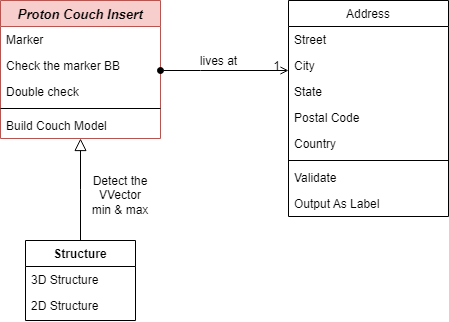
Before: process_CouchProton.drawio.png, a diagram exported from draw.io (eatingwu1009/CouchInsert). Source tidied: cells renumbered, new cells last; positions are measured from the earlier drawing's top-left corner, leaving out a move shared by most shapes.
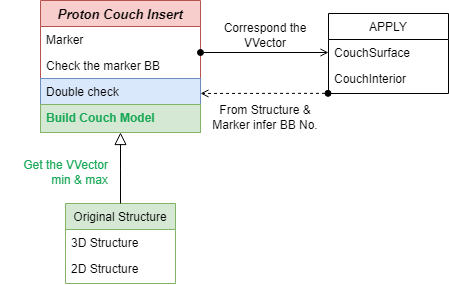
The same file after the commit.

The edit, as a diff of the source:
```diff
@@ -3,7 +3,7 @@
     <mxCell id="0" />
     <mxCell id="1" parent="0" />
     <mxCell id="2" value="Proton Couch Insert" style="swimlane;fontStyle=3;align=center;verticalAlign=top;horizontal=1;startSize=26;rounded=0;shadow=0;strokeWidth=1;fontSize=13;fillColor=#f8cecc;strokeColor=#b85450;" parent="1" vertex="1">
-      <mxGeometry width="160" height="138" as="geometry" />
+      <mxGeometry width="160" height="132" as="geometry" />
     </mxCell>
     <mxCell id="3" value="Marker" style="text;align=left;verticalAlign=top;spacingLeft=4;spacingRight=4;overflow=hidden;" parent="2" vertex="1">
       <mxGeometry y="26" width="160" height="26" as="geometry" />
@@ -11,17 +11,14 @@
     <mxCell id="4" value="Check the marker BB" style="text;align=left;verticalAlign=top;spacingLeft=4;spacingRight=4;overflow=hidden;rounded=0;shadow=0;html=0;" parent="2" vertex="1">
       <mxGeometry y="52" width="160" height="26" as="geometry" />
     </mxCell>
-    <mxCell id="5" value="Double check" style="text;align=left;verticalAlign=top;spacingLeft=4;spacingRight=4;overflow=hidden;rounded=0;shadow=0;html=0;" parent="2" vertex="1">
+    <mxCell id="5" value="Double check" style="text;align=left;verticalAlign=top;spacingLeft=4;spacingRight=4;overflow=hidden;rounded=0;shadow=0;html=0;fillColor=#dae8fc;strokeColor=#6c8ebf;" parent="2" vertex="1">
       <mxGeometry y="78" width="160" height="26" as="geometry" />
     </mxCell>
-    <mxCell id="6" style="line;html=1;strokeWidth=1;align=left;verticalAlign=middle;spacingTop=-1;spacingLeft=3;spacingRight=3;labelPosition=right;" parent="2" vertex="1">
-      <mxGeometry y="104" width="160" height="8" as="geometry" />
-    </mxCell>
-    <mxCell id="7" value="Build Couch Model" style="text;align=left;verticalAlign=top;spacingLeft=4;spacingRight=4;overflow=hidden;" parent="2" vertex="1">
-      <mxGeometry y="112" width="160" height="26" as="geometry" />
+    <mxCell id="7" value="Build Couch Model" style="text;align=left;verticalAlign=top;spacingLeft=4;spacingRight=4;overflow=hidden;fillColor=#d5e8d4;strokeColor=#82b366;fontColor=#1aa857;whiteSpace=wrap;fontStyle=1;" parent="2" vertex="1">
+      <mxGeometry y="104" width="160" height="28" as="geometry" />
     </mxCell>
-    <mxCell id="8" value="Structure" style="swimlane;fontStyle=1;align=center;verticalAlign=top;horizontal=1;startSize=26;rounded=0;shadow=0;strokeWidth=1;" parent="1" vertex="1">
-      <mxGeometry x="25" y="240" width="110" height="80" as="geometry" />
+    <mxCell id="8" value="Original Structure" style="swimlane;fontStyle=0;align=center;verticalAlign=top;horizontal=1;startSize=26;rounded=0;shadow=0;strokeWidth=1;fillColor=#d5e8d4;strokeColor=#82b366;" parent="1" vertex="1">
+      <mxGeometry x="25" y="203" width="110" height="80" as="geometry" />
     </mxCell>
     <mxCell id="9" value="3D Structure" style="text;align=left;verticalAlign=top;spacingLeft=4;spacingRight=4;overflow=hidden;" parent="8" vertex="1">
       <mxGeometry y="26" width="110" height="26" as="geometry" />
@@ -32,54 +29,43 @@
     <mxCell id="11" style="endArrow=block;endSize=10;endFill=0;shadow=0;strokeWidth=1;rounded=0;edgeStyle=elbowEdgeStyle;elbow=vertical;" parent="1" edge="1" source="8" target="2">
       <mxGeometry relative="1" as="geometry" />
     </mxCell>
-    <mxCell id="12" value="Address" style="swimlane;fontStyle=0;align=center;verticalAlign=top;horizontal=1;startSize=26;rounded=0;shadow=0;strokeWidth=1;" parent="1" vertex="1">
-      <mxGeometry x="288" width="160" height="216" as="geometry" />
+    <mxCell id="12" value="APPLY" style="swimlane;fontStyle=0;align=center;verticalAlign=top;horizontal=1;startSize=26;rounded=0;shadow=0;strokeWidth=1;" parent="1" vertex="1">
+      <mxGeometry x="288" y="13" width="120" height="80" as="geometry" />
     </mxCell>
-    <mxCell id="13" value="Street" style="text;align=left;verticalAlign=top;spacingLeft=4;spacingRight=4;overflow=hidden;" parent="12" vertex="1">
-      <mxGeometry y="26" width="160" height="26" as="geometry" />
+    <mxCell id="13" value="CouchSurface" style="text;align=left;verticalAlign=top;spacingLeft=4;spacingRight=4;overflow=hidden;" parent="12" vertex="1">
+      <mxGeometry y="26" width="120" height="26" as="geometry" />
     </mxCell>
-    <mxCell id="14" value="City" style="text;align=left;verticalAlign=top;spacingLeft=4;spacingRight=4;overflow=hidden;rounded=0;shadow=0;html=0;" parent="12" vertex="1">
-      <mxGeometry y="52" width="160" height="26" as="geometry" />
-    </mxCell>
-    <mxCell id="15" value="State" style="text;align=left;verticalAlign=top;spacingLeft=4;spacingRight=4;overflow=hidden;rounded=0;shadow=0;html=0;" parent="12" vertex="1">
-      <mxGeometry y="78" width="160" height="26" as="geometry" />
-    </mxCell>
-    <mxCell id="16" value="Postal Code" style="text;align=left;verticalAlign=top;spacingLeft=4;spacingRight=4;overflow=hidden;rounded=0;shadow=0;html=0;" parent="12" vertex="1">
-      <mxGeometry y="104" width="160" height="26" as="geometry" />
-    </mxCell>
-    <mxCell id="17" value="Country" style="text;align=left;verticalAlign=top;spacingLeft=4;spacingRight=4;overflow=hidden;rounded=0;shadow=0;html=0;" parent="12" vertex="1">
-      <mxGeometry y="130" width="160" height="26" as="geometry" />
-    </mxCell>
-    <mxCell id="18" style="line;html=1;strokeWidth=1;align=left;verticalAlign=middle;spacingTop=-1;spacingLeft=3;spacingRight=3;labelPosition=right;" parent="12" vertex="1">
-      <mxGeometry y="156" width="160" height="8" as="geometry" />
-    </mxCell>
-    <mxCell id="19" value="Validate" style="text;align=left;verticalAlign=top;spacingLeft=4;spacingRight=4;overflow=hidden;" parent="12" vertex="1">
-      <mxGeometry y="164" width="160" height="26" as="geometry" />
-    </mxCell>
-    <mxCell id="20" value="Output As Label" style="text;align=left;verticalAlign=top;spacingLeft=4;spacingRight=4;overflow=hidden;" parent="12" vertex="1">
-      <mxGeometry y="190" width="160" height="26" as="geometry" />
-    </mxCell>
+    <mxCell id="25" value="CouchInterior" style="text;align=left;verticalAlign=top;spacingLeft=4;spacingRight=4;overflow=hidden;" parent="12" vertex="1">
+      <mxGeometry y="52" width="120" height="26" as="geometry" />
+    </mxCell>
-    <mxCell id="21" style="endArrow=open;shadow=0;strokeWidth=1;rounded=0;endFill=1;edgeStyle=elbowEdgeStyle;elbow=vertical;startArrow=oval;startFill=1;" parent="1" edge="1" target="12">
+    <mxCell id="21" style="endArrow=open;shadow=0;strokeWidth=1;rounded=0;endFill=1;edgeStyle=elbowEdgeStyle;elbow=vertical;startArrow=oval;startFill=1;" parent="1" edge="1">
       <mxGeometry x="0.5" y="41" relative="1" as="geometry">
-        <mxPoint x="160" y="70" as="sourcePoint" />
+        <mxPoint x="160" y="52" as="sourcePoint" />
+        <mxPoint x="288" y="52" as="targetPoint" />
         <Array as="points">
-          <mxPoint x="200" y="70" />
+          <mxPoint x="200" y="52" />
         </Array>
         <mxPoint x="-40" y="32" as="offset" />
       </mxGeometry>
     </mxCell>
-    <mxCell id="22" value="1" style="align=right;verticalAlign=bottom;labelBackgroundColor=none;fontSize=12;" parent="21" vertex="1">
-      <mxGeometry x="1" relative="1" as="geometry">
-        <mxPoint x="-7" y="4" as="offset" />
-      </mxGeometry>
-    </mxCell>
-    <mxCell id="23" value="lives at" style="text;html=1;align=center;verticalAlign=middle;labelBackgroundColor=none;rounded=0;shadow=0;strokeWidth=1;fontSize=12;" parent="21" vertex="1">
-      <mxGeometry x="0.5" y="49" relative="1" as="geometry">
-        <mxPoint x="-38" y="40" as="offset" />
-      </mxGeometry>
-    </mxCell>
-    <mxCell id="24" value="Detect the VVector min &amp;amp; max" style="text;strokeColor=none;align=center;fillColor=none;html=1;verticalAlign=middle;whiteSpace=wrap;rounded=0;" parent="1" vertex="1">
-      <mxGeometry x="90" y="180" width="60" height="30" as="geometry" />
+    <mxCell id="24" value="&lt;font style=&quot;font-size: 11px;&quot;&gt;Get the VVector &lt;br style=&quot;font-size: 11px;&quot;&gt;min &amp;amp; max&lt;/font&gt;" style="text;strokeColor=none;align=right;fillColor=none;html=1;verticalAlign=middle;whiteSpace=wrap;rounded=0;fontColor=#1aa857;labelBackgroundColor=none;fontStyle=0;fontSize=10;" parent="1" vertex="1">
+      <mxGeometry x="-40" y="157" width="110" height="30" as="geometry" />
     </mxCell>
+    <mxCell id="26" value="Correspond the VVector" style="text;strokeColor=none;align=center;fillColor=none;html=1;verticalAlign=middle;whiteSpace=wrap;rounded=0;" parent="1" vertex="1">
+      <mxGeometry x="170" y="20" width="110" height="30" as="geometry" />
+    </mxCell>
+    <mxCell id="27" style="endArrow=open;shadow=0;strokeWidth=1;rounded=0;endFill=1;edgeStyle=elbowEdgeStyle;elbow=vertical;startArrow=oval;startFill=1;exitX=-0.004;exitY=0.802;exitDx=0;exitDy=0;exitPerimeter=0;dashed=1;" parent="1" edge="1">
+      <mxGeometry x="0.5" y="41" relative="1" as="geometry">
+        <mxPoint x="287.5" y="92.9" as="sourcePoint" />
+        <mxPoint x="160" y="92.9" as="targetPoint" />
+        <Array as="points">
+          <mxPoint x="210" y="92.9" />
+        </Array>
+        <mxPoint x="-40" y="32" as="offset" />
+      </mxGeometry>
+    </mxCell>
+    <mxCell id="28" value="&lt;font style=&quot;font-size: 11px;&quot;&gt;From Structure &amp;amp; Marker infer BB No.&lt;/font&gt;" style="text;strokeColor=none;align=center;fillColor=none;html=1;verticalAlign=middle;whiteSpace=wrap;rounded=0;strokeWidth=0;fontSize=9;" parent="1" vertex="1">
+      <mxGeometry x="170" y="102" width="110" height="30" as="geometry" />
+    </mxCell>
   </root>
 </mxGraphModel>
```
